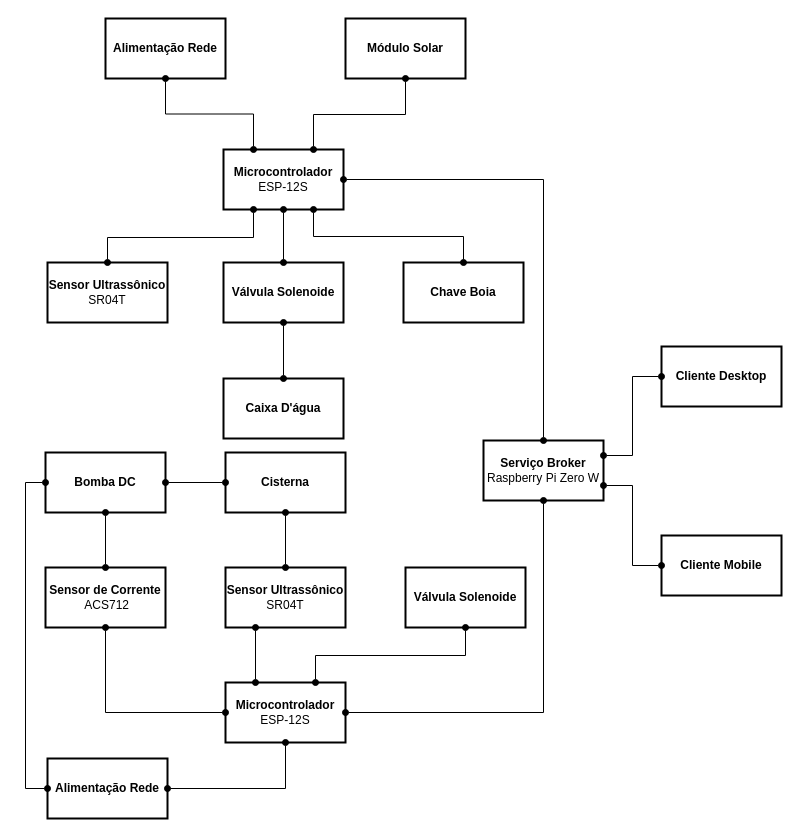
Earlier version of the draw.io diagram diagramas/esquema_cisterna.drawio (raphaelnunes67/TCC). Source tidied: cells renumbered, new cells numbered last; positions are measured from the earlier drawing's top-left corner, leaving out a move shared by most shapes. Both pictures are drawn from the tidied source at 100%, with x=0, y=0 at pixel (25, 18).
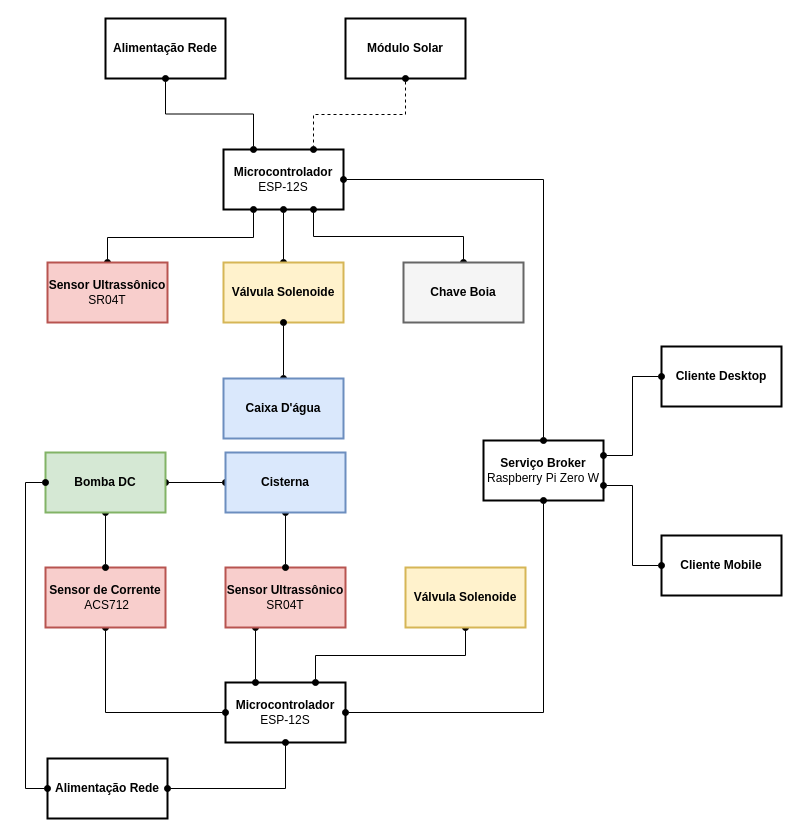
The same page after the edit.

Unchanged cells that the change refers to:
```xml
<mxCell id="6" value="&lt;font color=&quot;#000000&quot;&gt;&lt;b&gt;Microcontrolador&lt;/b&gt; ESP-12S&lt;/font&gt;" style="rounded=0;whiteSpace=wrap;html=1;fillColor=none;strokeColor=#000000;strokeWidth=2;" parent="1" vertex="1">
  <mxGeometry x="198" y="131" width="120" height="60" as="geometry" />
</mxCell>
<mxCell id="26" value="&lt;font color=&quot;#000000&quot;&gt;&lt;b&gt;Módulo Solar&lt;/b&gt;&lt;/font&gt;" style="rounded=0;whiteSpace=wrap;html=1;fillColor=none;strokeColor=#000000;strokeWidth=2;" parent="1" vertex="1">
  <mxGeometry x="320" width="120" height="60" as="geometry" />
</mxCell>
```

Change to the diagram source:
```diff
@@
-    <mxCell id="8" value="&lt;font color=&quot;#000000&quot;&gt;&lt;b&gt;Sensor Ultrassônico&lt;/b&gt; SR04T&lt;/font&gt;" style="rounded=0;whiteSpace=wrap;html=1;fillColor=none;strokeColor=#000000;strokeWidth=2;" parent="1" vertex="1">
+    <mxCell id="8" value="&lt;font color=&quot;#000000&quot;&gt;&lt;b&gt;Sensor Ultrassônico&lt;/b&gt; SR04T&lt;/font&gt;" style="rounded=0;whiteSpace=wrap;html=1;fillColor=#f8cecc;strokeColor=#b85450;strokeWidth=2;" parent="1" vertex="1">
       <mxGeometry x="200" y="549" width="120" height="60" as="geometry" />
     </mxCell>
@@
-    <mxCell id="12" value="&lt;b style=&quot;color: rgb(0 , 0 , 0)&quot;&gt;Sensor de Corrente&lt;br&gt;&lt;/b&gt;&lt;span style=&quot;color: rgb(0 , 0 , 0)&quot;&gt;&amp;nbsp;ACS712&lt;/span&gt;" style="rounded=0;whiteSpace=wrap;html=1;fillColor=none;strokeColor=#000000;strokeWidth=2;" parent="1" vertex="1">
+    <mxCell id="12" value="&lt;b style=&quot;color: rgb(0 , 0 , 0)&quot;&gt;Sensor de Corrente&lt;br&gt;&lt;/b&gt;&lt;span style=&quot;color: rgb(0 , 0 , 0)&quot;&gt;&amp;nbsp;ACS712&lt;/span&gt;" style="rounded=0;whiteSpace=wrap;html=1;fillColor=#f8cecc;strokeColor=#b85450;strokeWidth=2;" parent="1" vertex="1">
       <mxGeometry x="20" y="549" width="120" height="60" as="geometry" />
     </mxCell>
@@
-    <mxCell id="14" value="&lt;font color=&quot;#000000&quot;&gt;&lt;b&gt;Válvula Solenoide&lt;/b&gt;&lt;/font&gt;" style="rounded=0;whiteSpace=wrap;html=1;fillColor=none;strokeColor=#000000;strokeWidth=2;" parent="1" vertex="1">
+    <mxCell id="14" value="&lt;font color=&quot;#000000&quot;&gt;&lt;b&gt;Válvula Solenoide&lt;/b&gt;&lt;/font&gt;" style="rounded=0;whiteSpace=wrap;html=1;fillColor=#fff2cc;strokeColor=#d6b656;strokeWidth=2;" parent="1" vertex="1">
       <mxGeometry x="380" y="549" width="120" height="60" as="geometry" />
     </mxCell>
-    <mxCell id="15" value="&lt;font color=&quot;#000000&quot;&gt;&lt;b&gt;Válvula Solenoide&lt;/b&gt;&lt;/font&gt;" style="rounded=0;whiteSpace=wrap;html=1;fillColor=none;strokeColor=#000000;strokeWidth=2;" parent="1" vertex="1">
+    <mxCell id="15" value="&lt;font color=&quot;#000000&quot;&gt;&lt;b&gt;Válvula Solenoide&lt;/b&gt;&lt;/font&gt;" style="rounded=0;whiteSpace=wrap;html=1;fillColor=#fff2cc;strokeColor=#d6b656;strokeWidth=2;" parent="1" vertex="1">
       <mxGeometry x="198" y="244" width="120" height="60" as="geometry" />
     </mxCell>
@@
-    <mxCell id="17" value="&lt;font color=&quot;#000000&quot;&gt;&lt;b&gt;Chave Boia&lt;/b&gt;&lt;/font&gt;" style="rounded=0;whiteSpace=wrap;html=1;fillColor=none;strokeColor=#000000;strokeWidth=2;" parent="1" vertex="1">
+    <mxCell id="17" value="&lt;font color=&quot;#000000&quot;&gt;&lt;b&gt;Chave Boia&lt;/b&gt;&lt;/font&gt;" style="rounded=0;whiteSpace=wrap;html=1;fillColor=#f5f5f5;strokeColor=#666666;strokeWidth=2;fontColor=#333333;" parent="1" vertex="1">
       <mxGeometry x="378" y="244" width="120" height="60" as="geometry" />
     </mxCell>
@@
-    <mxCell id="19" value="&lt;font color=&quot;#000000&quot;&gt;&lt;b&gt;Sensor Ultrassônico&lt;/b&gt; SR04T&lt;/font&gt;" style="rounded=0;whiteSpace=wrap;html=1;fillColor=none;strokeColor=#000000;strokeWidth=2;" parent="1" vertex="1">
+    <mxCell id="19" value="&lt;font color=&quot;#000000&quot;&gt;&lt;b&gt;Sensor Ultrassônico&lt;/b&gt; SR04T&lt;/font&gt;" style="rounded=0;whiteSpace=wrap;html=1;fillColor=#f8cecc;strokeColor=#b85450;strokeWidth=2;" parent="1" vertex="1">
       <mxGeometry x="22" y="244" width="120" height="60" as="geometry" />
     </mxCell>
@@
-    <mxCell id="22" value="&lt;font color=&quot;#000000&quot;&gt;&lt;b&gt;Cisterna&lt;/b&gt;&lt;/font&gt;" style="rounded=0;whiteSpace=wrap;html=1;fillColor=none;strokeColor=#000000;strokeWidth=2;" parent="1" vertex="1">
+    <mxCell id="22" value="&lt;font color=&quot;#000000&quot;&gt;&lt;b&gt;Cisterna&lt;/b&gt;&lt;/font&gt;" style="rounded=0;whiteSpace=wrap;html=1;fillColor=#dae8fc;strokeColor=#6c8ebf;strokeWidth=2;" parent="1" vertex="1">
       <mxGeometry x="200" y="434" width="120" height="60" as="geometry" />
     </mxCell>
@@
-    <mxCell id="24" value="&lt;font color=&quot;#000000&quot;&gt;&lt;b&gt;Caixa D'água&lt;/b&gt;&lt;/font&gt;" style="rounded=0;whiteSpace=wrap;html=1;fillColor=none;strokeColor=#000000;strokeWidth=2;" parent="1" vertex="1">
+    <mxCell id="24" value="&lt;font color=&quot;#000000&quot;&gt;&lt;b&gt;Caixa D'água&lt;/b&gt;&lt;/font&gt;" style="rounded=0;whiteSpace=wrap;html=1;fillColor=#dae8fc;strokeColor=#6c8ebf;strokeWidth=2;" parent="1" vertex="1">
       <mxGeometry x="198" y="360" width="120" height="60" as="geometry" />
     </mxCell>
-    <mxCell id="25" style="edgeStyle=orthogonalEdgeStyle;rounded=0;jettySize=auto;html=1;entryX=0.75;entryY=0;entryDx=0;entryDy=0;startArrow=oval;startFill=1;endArrow=oval;endFill=1;strokeColor=#000000;" parent="1" edge="1" source="26" target="6">
+    <mxCell id="25" style="edgeStyle=orthogonalEdgeStyle;rounded=0;jettySize=auto;html=1;entryX=0.75;entryY=0;entryDx=0;entryDy=0;startArrow=oval;startFill=1;endArrow=oval;endFill=1;strokeColor=#000000;dashed=1;" parent="1" edge="1" source="26" target="6">
       <mxGeometry relative="1" as="geometry">
         <Array as="points">
           <mxPoint x="380" y="96" />
           <mxPoint x="288" y="96" />
         </Array>
       </mxGeometry>
     </mxCell>
@@
-    <mxCell id="28" value="&lt;font color=&quot;#000000&quot;&gt;&lt;b&gt;Bomba DC&lt;/b&gt;&lt;/font&gt;" style="rounded=0;whiteSpace=wrap;html=1;fillColor=none;strokeColor=#000000;strokeWidth=2;" parent="1" vertex="1">
+    <mxCell id="28" value="&lt;font color=&quot;#000000&quot;&gt;&lt;b&gt;Bomba DC&lt;/b&gt;&lt;/font&gt;" style="rounded=0;whiteSpace=wrap;html=1;fillColor=#d5e8d4;strokeColor=#82b366;strokeWidth=2;" parent="1" vertex="1">
       <mxGeometry x="20" y="434" width="120" height="60" as="geometry" />
     </mxCell>
```
